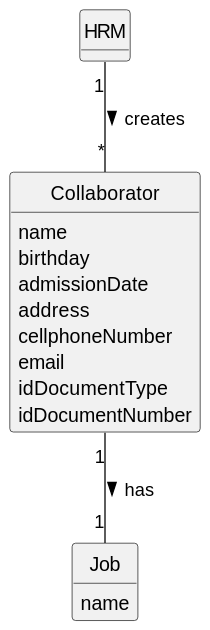
The PlantUML diagram docs/sprintA/us003/02.analysis/svg/us003-domain-model.svg in Departamento-de-Engenharia-Informatica/lei-24-s2-1do-g164, before a commit.
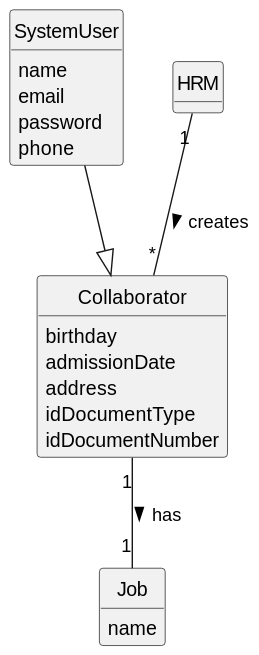
Later version of the same file.

Commit message:
(us003 and 008) domain model changes

Diff of the diagram source:
```diff
@@ -12,14 +12,18 @@
 
 
 
+class SystemUser {
+    name
+    email
+    password
+    phone
+
+}
 
 class Collaborator {
-    name
     birthday
     admissionDate
     address
-    cellphoneNumber
-    email
     idDocumentType
     idDocumentNumber
 }
@@ -34,7 +38,7 @@
     name
 }
 
-
+SystemUser --|> Collaborator
 HRM "1" -- "*" Collaborator : creates >
 Collaborator "1" -- "1" Job : has >
 @enduml
```
